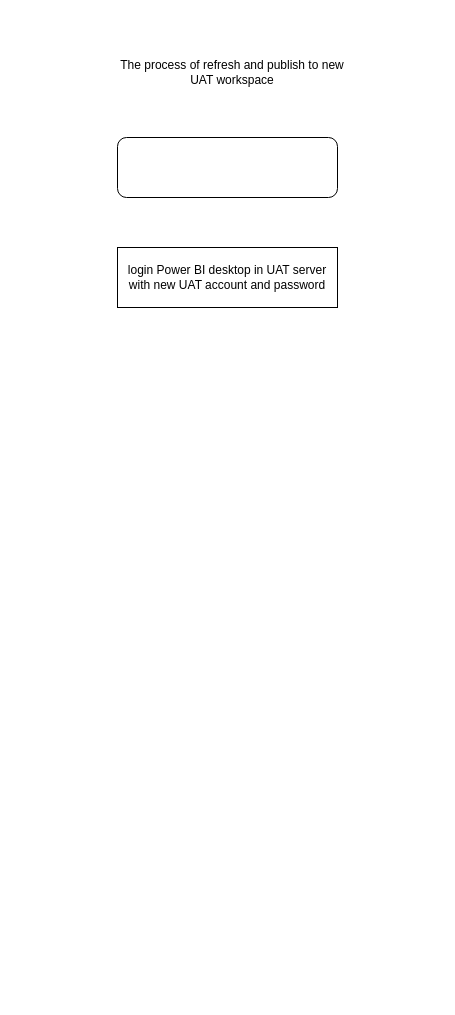
Earlier version of the draw.io diagram Untitled Diagram.drawio (suzhicheng07/hello-world). Source tidied: cells renumbered, new cells numbered last; positions are measured from the earlier drawing's top-left corner, leaving out a move shared by most shapes. Both pictures are drawn from the tidied source at 100%, with x=0, y=0 at pixel (107, 17).
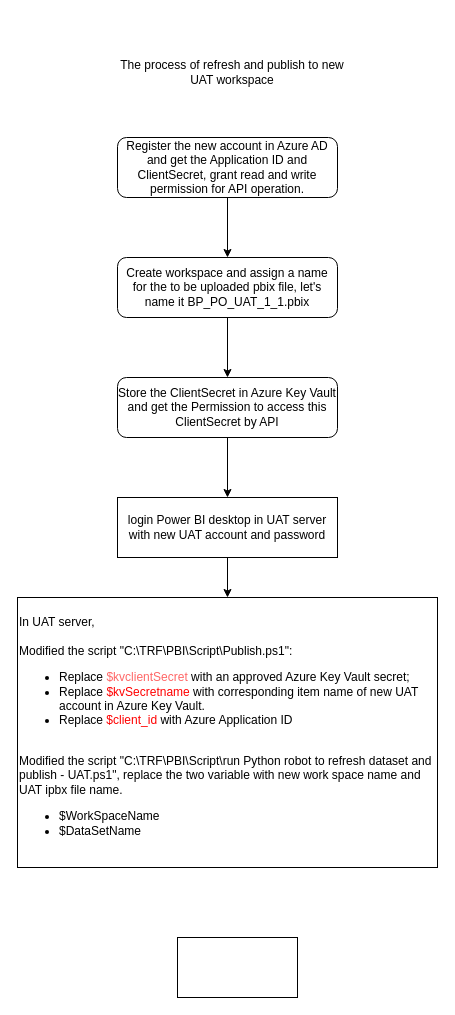
Above is the later version.

Diff of the diagram source:
```diff
@@
 <mxGraphModel>
   <root>
     <mxCell id="0" />
     <mxCell id="1" parent="0" />
     <mxCell id="2" value="The process of refresh and publish to new UAT workspace" style="text;html=1;strokeColor=none;fillColor=none;align=center;verticalAlign=middle;whiteSpace=wrap;rounded=0;" parent="1" vertex="1">
       <mxGeometry width="250" height="110" as="geometry" />
     </mxCell>
+    <mxCell id="5" style="edgeStyle=orthogonalEdgeStyle;rounded=0;jettySize=auto;html=1;" parent="1" edge="1" source="3" target="6">
+      <mxGeometry relative="1" as="geometry" />
+    </mxCell>
     <mxCell id="3" value="login Power BI desktop in UAT server with new UAT account and password" style="rounded=0;whiteSpace=wrap;html=1;" parent="1" vertex="1">
-      <mxGeometry x="10" y="230" width="220" height="60" as="geometry" />
+      <mxGeometry x="10" y="480" width="220" height="60" as="geometry" />
     </mxCell>
+    <mxCell id="6" value="In UAT server, &lt;br&gt;&lt;br&gt;Modified the script &quot;C:\TRF\PBI\Script\Publish.ps1&quot;:&lt;br&gt;&lt;ul&gt;&lt;li&gt;Replace&amp;nbsp;&lt;font color=&quot;#ff6666&quot;&gt;$kvclientSecret &lt;/font&gt;with an approved Azure Key Vault secret;&lt;/li&gt;&lt;li&gt;Replace&amp;nbsp;&lt;font color=&quot;#ff0000&quot;&gt;$kvSecretname&lt;/font&gt; with corresponding item name of new UAT account in Azure Key Vault.&lt;/li&gt;&lt;li&gt;Replace&lt;font color=&quot;#ff0000&quot;&gt; $client_id &lt;/font&gt;with Azure Application ID&lt;br&gt;&lt;br&gt;&lt;/li&gt;&lt;/ul&gt;&lt;div&gt;Modified the script&amp;nbsp;&quot;C:\TRF\PBI\Script\run Python robot to refresh dataset and publish - UAT.ps1&quot;, replace the two variable with new work space name and UAT ipbx file name.&lt;/div&gt;&lt;div&gt;&lt;ul&gt;&lt;li&gt;$WorkSpaceName&lt;/li&gt;&lt;li&gt;$DataSetName&lt;/li&gt;&lt;/ul&gt;&lt;/div&gt;" style="rounded=0;whiteSpace=wrap;html=1;align=left;" parent="1" vertex="1">
+      <mxGeometry x="-90" y="580" width="420" height="270" as="geometry" />
+    </mxCell>
+    <mxCell id="7" style="edgeStyle=orthogonalEdgeStyle;rounded=0;jettySize=auto;html=1;entryX=0.5;entryY=0;entryDx=0;entryDy=0;" parent="1" edge="1" source="4" target="11">
+      <mxGeometry relative="1" as="geometry" />
+    </mxCell>
-    <mxCell id="4" style="rounded=1;whiteSpace=wrap;html=1;" parent="1" vertex="1">
+    <mxCell id="4" value="Register the new account in Azure AD and get the Application ID&amp;nbsp;and ClientSecret, grant read and write permission for API operation." style="rounded=1;whiteSpace=wrap;html=1;" parent="1" vertex="1">
       <mxGeometry x="10" y="120" width="220" height="60" as="geometry" />
     </mxCell>
+    <mxCell id="8" style="edgeStyle=orthogonalEdgeStyle;rounded=0;jettySize=auto;html=1;" parent="1" edge="1" source="9" target="3">
+      <mxGeometry relative="1" as="geometry" />
+    </mxCell>
+    <mxCell id="9" value="Store the ClientSecret in Azure Key Vault and get the Permission to access this ClientSecret by API" style="rounded=1;whiteSpace=wrap;html=1;" parent="1" vertex="1">
+      <mxGeometry x="10" y="360" width="220" height="60" as="geometry" />
+    </mxCell>
+    <mxCell id="10" style="edgeStyle=orthogonalEdgeStyle;rounded=0;jettySize=auto;html=1;" parent="1" edge="1" source="11" target="9">
+      <mxGeometry relative="1" as="geometry" />
+    </mxCell>
+    <mxCell id="11" value="Create workspace and assign a name for the to be uploaded pbix file, let's name it BP_PO_UAT_1_1.pbix" style="rounded=1;whiteSpace=wrap;html=1;" parent="1" vertex="1">
+      <mxGeometry x="10" y="240" width="220" height="60" as="geometry" />
+    </mxCell>
+    <mxCell id="12" style="rounded=0;whiteSpace=wrap;html=1;" parent="1" vertex="1">
+      <mxGeometry x="70" y="920" width="120" height="60" as="geometry" />
+    </mxCell>
   </root>
 </mxGraphModel>
```
